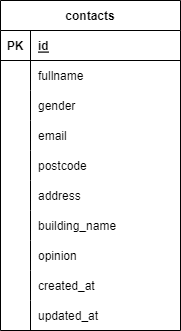
The draw.io diagram advance.drawio.png in hashi6013/laravel-test-form, before a commit. Source tidied: cells renumbered, new cells last; positions are measured from the earlier drawing's top-left corner, leaving out a move shared by most shapes. The source it was exported from:
```xml
<mxGraphModel>
  <root>
    <mxCell id="0" />
    <mxCell id="1" parent="0" />
    <mxCell id="2" value="contacts" style="shape=table;startSize=30;rowLines=0;fontStyle=1;align=center;" parent="1" vertex="1">
      <mxGeometry width="180" height="330" as="geometry" />
    </mxCell>
    <mxCell id="3" style="shape=tableRow;horizontal=0;startSize=0;swimlaneHead=0;swimlaneBody=0;fillColor=none;top=0;left=0;right=0;bottom=1;" parent="2" vertex="1">
      <mxGeometry y="30" width="180" height="30" as="geometry" />
    </mxCell>
    <mxCell id="4" value="PK" style="shape=partialRectangle;fillColor=none;top=0;left=0;bottom=0;right=0;fontStyle=1;overflow=hidden;" parent="3" vertex="1">
      <mxGeometry width="30" height="30" as="geometry" />
    </mxCell>
    <mxCell id="5" value="id" style="shape=partialRectangle;fillColor=none;top=0;left=0;bottom=0;right=0;align=left;spacingLeft=6;fontStyle=5;overflow=hidden;" parent="3" vertex="1">
      <mxGeometry x="30" width="150" height="30" as="geometry" />
    </mxCell>
    <mxCell id="6" style="shape=tableRow;horizontal=0;startSize=0;swimlaneHead=0;swimlaneBody=0;fillColor=none;top=0;left=0;right=0;bottom=0;" parent="2" vertex="1">
      <mxGeometry y="60" width="180" height="30" as="geometry" />
    </mxCell>
    <mxCell id="7" style="shape=partialRectangle;fillColor=none;top=0;left=0;bottom=0;right=0;overflow=hidden;" parent="6" vertex="1">
      <mxGeometry width="30" height="30" as="geometry" />
    </mxCell>
    <mxCell id="8" value="fullname" style="shape=partialRectangle;fillColor=none;top=0;left=0;bottom=0;right=0;align=left;spacingLeft=6;overflow=hidden;" parent="6" vertex="1">
      <mxGeometry x="30" width="150" height="30" as="geometry" />
    </mxCell>
    <mxCell id="9" style="shape=tableRow;horizontal=0;startSize=0;swimlaneHead=0;swimlaneBody=0;fillColor=none;top=0;left=0;right=0;bottom=0;" parent="2" vertex="1">
      <mxGeometry y="90" width="180" height="30" as="geometry" />
    </mxCell>
    <mxCell id="10" style="shape=partialRectangle;fillColor=none;top=0;left=0;bottom=0;right=0;overflow=hidden;" parent="9" vertex="1">
      <mxGeometry width="30" height="30" as="geometry" />
    </mxCell>
    <mxCell id="11" value="gender" style="shape=partialRectangle;fillColor=none;top=0;left=0;bottom=0;right=0;align=left;spacingLeft=6;overflow=hidden;" parent="9" vertex="1">
      <mxGeometry x="30" width="150" height="30" as="geometry" />
    </mxCell>
    <mxCell id="12" style="shape=tableRow;horizontal=0;startSize=0;swimlaneHead=0;swimlaneBody=0;fillColor=none;top=0;left=0;right=0;bottom=0;" parent="2" vertex="1">
      <mxGeometry y="120" width="180" height="30" as="geometry" />
    </mxCell>
    <mxCell id="13" style="shape=partialRectangle;fillColor=none;top=0;left=0;bottom=0;right=0;overflow=hidden;" parent="12" vertex="1">
      <mxGeometry width="30" height="30" as="geometry" />
    </mxCell>
    <mxCell id="14" value="email" style="shape=partialRectangle;fillColor=none;top=0;left=0;bottom=0;right=0;align=left;spacingLeft=6;overflow=hidden;" parent="12" vertex="1">
      <mxGeometry x="30" width="150" height="30" as="geometry" />
    </mxCell>
    <mxCell id="15" style="shape=tableRow;horizontal=0;startSize=0;swimlaneHead=0;swimlaneBody=0;fillColor=none;top=0;left=0;right=0;bottom=0;" parent="2" vertex="1">
      <mxGeometry y="150" width="180" height="30" as="geometry" />
    </mxCell>
    <mxCell id="16" style="shape=partialRectangle;fillColor=none;top=0;left=0;bottom=0;right=0;overflow=hidden;" parent="15" vertex="1">
      <mxGeometry width="30" height="30" as="geometry" />
    </mxCell>
    <mxCell id="17" value="postcode" style="shape=partialRectangle;fillColor=none;top=0;left=0;bottom=0;right=0;align=left;spacingLeft=6;overflow=hidden;" parent="15" vertex="1">
      <mxGeometry x="30" width="150" height="30" as="geometry" />
    </mxCell>
    <mxCell id="18" style="shape=tableRow;horizontal=0;startSize=0;swimlaneHead=0;swimlaneBody=0;fillColor=none;top=0;left=0;right=0;bottom=0;" parent="2" vertex="1">
      <mxGeometry y="180" width="180" height="30" as="geometry" />
    </mxCell>
    <mxCell id="19" style="shape=partialRectangle;fillColor=none;top=0;left=0;bottom=0;right=0;overflow=hidden;" parent="18" vertex="1">
      <mxGeometry width="30" height="30" as="geometry" />
    </mxCell>
    <mxCell id="20" value="address" style="shape=partialRectangle;fillColor=none;top=0;left=0;bottom=0;right=0;align=left;spacingLeft=6;overflow=hidden;" parent="18" vertex="1">
      <mxGeometry x="30" width="150" height="30" as="geometry" />
    </mxCell>
    <mxCell id="21" style="shape=tableRow;horizontal=0;startSize=0;swimlaneHead=0;swimlaneBody=0;fillColor=none;top=0;left=0;right=0;bottom=0;" parent="2" vertex="1">
      <mxGeometry y="210" width="180" height="30" as="geometry" />
    </mxCell>
    <mxCell id="22" style="shape=partialRectangle;fillColor=none;top=0;left=0;bottom=0;right=0;overflow=hidden;" parent="21" vertex="1">
      <mxGeometry width="30" height="30" as="geometry" />
    </mxCell>
    <mxCell id="23" value="building_name" style="shape=partialRectangle;fillColor=none;top=0;left=0;bottom=0;right=0;align=left;spacingLeft=6;overflow=hidden;" parent="21" vertex="1">
      <mxGeometry x="30" width="150" height="30" as="geometry" />
    </mxCell>
    <mxCell id="24" style="shape=tableRow;horizontal=0;startSize=0;swimlaneHead=0;swimlaneBody=0;fillColor=none;top=0;left=0;right=0;bottom=0;" parent="2" vertex="1">
      <mxGeometry y="240" width="180" height="30" as="geometry" />
    </mxCell>
    <mxCell id="25" style="shape=partialRectangle;fillColor=none;top=0;left=0;bottom=0;right=0;overflow=hidden;" parent="24" vertex="1">
      <mxGeometry width="30" height="30" as="geometry" />
    </mxCell>
    <mxCell id="26" value="opinion" style="shape=partialRectangle;fillColor=none;top=0;left=0;bottom=0;right=0;align=left;spacingLeft=6;overflow=hidden;" parent="24" vertex="1">
      <mxGeometry x="30" width="150" height="30" as="geometry" />
    </mxCell>
    <mxCell id="27" style="shape=tableRow;horizontal=0;startSize=0;swimlaneHead=0;swimlaneBody=0;fillColor=none;top=0;left=0;right=0;bottom=0;" parent="2" vertex="1">
      <mxGeometry y="270" width="180" height="30" as="geometry" />
    </mxCell>
    <mxCell id="28" style="shape=partialRectangle;fillColor=none;top=0;left=0;bottom=0;right=0;overflow=hidden;" parent="27" vertex="1">
      <mxGeometry width="30" height="30" as="geometry" />
    </mxCell>
    <mxCell id="29" value="created_at" style="shape=partialRectangle;fillColor=none;top=0;left=0;bottom=0;right=0;align=left;spacingLeft=6;overflow=hidden;" parent="27" vertex="1">
      <mxGeometry x="30" width="150" height="30" as="geometry" />
    </mxCell>
    <mxCell id="30" style="shape=tableRow;horizontal=0;startSize=0;swimlaneHead=0;swimlaneBody=0;fillColor=none;top=0;left=0;right=0;bottom=0;" parent="2" vertex="1">
      <mxGeometry y="300" width="180" height="30" as="geometry" />
    </mxCell>
    <mxCell id="31" style="shape=partialRectangle;fillColor=none;top=0;left=0;bottom=0;right=0;overflow=hidden;" parent="30" vertex="1">
      <mxGeometry width="30" height="30" as="geometry" />
    </mxCell>
    <mxCell id="32" value="updated_at" style="shape=partialRectangle;fillColor=none;top=0;left=0;bottom=0;right=0;align=left;spacingLeft=6;overflow=hidden;" parent="30" vertex="1">
      <mxGeometry x="30" width="150" height="30" as="geometry" />
    </mxCell>
  </root>
</mxGraphModel>
```
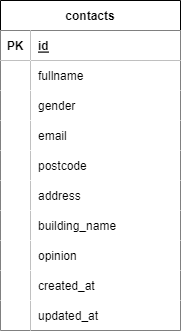
After the change.

What changed in the source:
```diff
@@ -2,97 +2,97 @@
   <root>
     <mxCell id="0" />
     <mxCell id="1" parent="0" />
-    <mxCell id="2" value="contacts" style="shape=table;startSize=30;rowLines=0;fontStyle=1;align=center;" parent="1" vertex="1">
+    <mxCell id="2" value="contacts" style="shape=table;startSize=30;rowLines=0;fontStyle=1;align=center;fillColor=#FFFFFF;" parent="1" vertex="1">
       <mxGeometry width="180" height="330" as="geometry" />
     </mxCell>
     <mxCell id="3" style="shape=tableRow;horizontal=0;startSize=0;swimlaneHead=0;swimlaneBody=0;fillColor=none;top=0;left=0;right=0;bottom=1;" parent="2" vertex="1">
       <mxGeometry y="30" width="180" height="30" as="geometry" />
     </mxCell>
-    <mxCell id="4" value="PK" style="shape=partialRectangle;fillColor=none;top=0;left=0;bottom=0;right=0;fontStyle=1;overflow=hidden;" parent="3" vertex="1">
+    <mxCell id="4" value="PK" style="shape=partialRectangle;fillColor=#FFFFFF;top=0;left=0;bottom=0;right=0;fontStyle=1;overflow=hidden;" parent="3" vertex="1">
       <mxGeometry width="30" height="30" as="geometry" />
     </mxCell>
-    <mxCell id="5" value="id" style="shape=partialRectangle;fillColor=none;top=0;left=0;bottom=0;right=0;align=left;spacingLeft=6;fontStyle=5;overflow=hidden;" parent="3" vertex="1">
+    <mxCell id="5" value="id" style="shape=partialRectangle;fillColor=#FFFFFF;top=0;left=0;bottom=0;right=0;align=left;spacingLeft=6;fontStyle=5;overflow=hidden;" parent="3" vertex="1">
       <mxGeometry x="30" width="150" height="30" as="geometry" />
     </mxCell>
     <mxCell id="6" style="shape=tableRow;horizontal=0;startSize=0;swimlaneHead=0;swimlaneBody=0;fillColor=none;top=0;left=0;right=0;bottom=0;" parent="2" vertex="1">
       <mxGeometry y="60" width="180" height="30" as="geometry" />
     </mxCell>
-    <mxCell id="7" style="shape=partialRectangle;fillColor=none;top=0;left=0;bottom=0;right=0;overflow=hidden;" parent="6" vertex="1">
+    <mxCell id="7" style="shape=partialRectangle;fillColor=#FFFFFF;top=0;left=0;bottom=0;right=0;overflow=hidden;strokeColor=#000000;" parent="6" vertex="1">
       <mxGeometry width="30" height="30" as="geometry" />
     </mxCell>
-    <mxCell id="8" value="fullname" style="shape=partialRectangle;fillColor=none;top=0;left=0;bottom=0;right=0;align=left;spacingLeft=6;overflow=hidden;" parent="6" vertex="1">
+    <mxCell id="8" value="fullname" style="shape=partialRectangle;fillColor=#FFFFFF;top=0;left=0;bottom=0;right=0;align=left;spacingLeft=6;overflow=hidden;" parent="6" vertex="1">
       <mxGeometry x="30" width="150" height="30" as="geometry" />
     </mxCell>
     <mxCell id="9" style="shape=tableRow;horizontal=0;startSize=0;swimlaneHead=0;swimlaneBody=0;fillColor=none;top=0;left=0;right=0;bottom=0;" parent="2" vertex="1">
       <mxGeometry y="90" width="180" height="30" as="geometry" />
     </mxCell>
-    <mxCell id="10" style="shape=partialRectangle;fillColor=none;top=0;left=0;bottom=0;right=0;overflow=hidden;" parent="9" vertex="1">
+    <mxCell id="10" style="shape=partialRectangle;fillColor=#FFFFFF;top=0;left=0;bottom=0;right=0;overflow=hidden;" parent="9" vertex="1">
       <mxGeometry width="30" height="30" as="geometry" />
     </mxCell>
-    <mxCell id="11" value="gender" style="shape=partialRectangle;fillColor=none;top=0;left=0;bottom=0;right=0;align=left;spacingLeft=6;overflow=hidden;" parent="9" vertex="1">
+    <mxCell id="11" value="gender" style="shape=partialRectangle;fillColor=#FFFFFF;top=0;left=0;bottom=0;right=0;align=left;spacingLeft=6;overflow=hidden;" parent="9" vertex="1">
       <mxGeometry x="30" width="150" height="30" as="geometry" />
     </mxCell>
     <mxCell id="12" style="shape=tableRow;horizontal=0;startSize=0;swimlaneHead=0;swimlaneBody=0;fillColor=none;top=0;left=0;right=0;bottom=0;" parent="2" vertex="1">
       <mxGeometry y="120" width="180" height="30" as="geometry" />
     </mxCell>
-    <mxCell id="13" style="shape=partialRectangle;fillColor=none;top=0;left=0;bottom=0;right=0;overflow=hidden;" parent="12" vertex="1">
+    <mxCell id="13" style="shape=partialRectangle;fillColor=#FFFFFF;top=0;left=0;bottom=0;right=0;overflow=hidden;" parent="12" vertex="1">
       <mxGeometry width="30" height="30" as="geometry" />
     </mxCell>
-    <mxCell id="14" value="email" style="shape=partialRectangle;fillColor=none;top=0;left=0;bottom=0;right=0;align=left;spacingLeft=6;overflow=hidden;" parent="12" vertex="1">
+    <mxCell id="14" value="email" style="shape=partialRectangle;fillColor=#FFFFFF;top=0;left=0;bottom=0;right=0;align=left;spacingLeft=6;overflow=hidden;" parent="12" vertex="1">
       <mxGeometry x="30" width="150" height="30" as="geometry" />
     </mxCell>
     <mxCell id="15" style="shape=tableRow;horizontal=0;startSize=0;swimlaneHead=0;swimlaneBody=0;fillColor=none;top=0;left=0;right=0;bottom=0;" parent="2" vertex="1">
       <mxGeometry y="150" width="180" height="30" as="geometry" />
     </mxCell>
-    <mxCell id="16" style="shape=partialRectangle;fillColor=none;top=0;left=0;bottom=0;right=0;overflow=hidden;" parent="15" vertex="1">
+    <mxCell id="16" style="shape=partialRectangle;fillColor=#FFFFFF;top=0;left=0;bottom=0;right=0;overflow=hidden;" parent="15" vertex="1">
       <mxGeometry width="30" height="30" as="geometry" />
     </mxCell>
-    <mxCell id="17" value="postcode" style="shape=partialRectangle;fillColor=none;top=0;left=0;bottom=0;right=0;align=left;spacingLeft=6;overflow=hidden;" parent="15" vertex="1">
+    <mxCell id="17" value="postcode" style="shape=partialRectangle;fillColor=#FFFFFF;top=0;left=0;bottom=0;right=0;align=left;spacingLeft=6;overflow=hidden;" parent="15" vertex="1">
       <mxGeometry x="30" width="150" height="30" as="geometry" />
     </mxCell>
     <mxCell id="18" style="shape=tableRow;horizontal=0;startSize=0;swimlaneHead=0;swimlaneBody=0;fillColor=none;top=0;left=0;right=0;bottom=0;" parent="2" vertex="1">
       <mxGeometry y="180" width="180" height="30" as="geometry" />
     </mxCell>
-    <mxCell id="19" style="shape=partialRectangle;fillColor=none;top=0;left=0;bottom=0;right=0;overflow=hidden;" parent="18" vertex="1">
+    <mxCell id="19" style="shape=partialRectangle;fillColor=#FFFFFF;top=0;left=0;bottom=0;right=0;overflow=hidden;" parent="18" vertex="1">
       <mxGeometry width="30" height="30" as="geometry" />
     </mxCell>
-    <mxCell id="20" value="address" style="shape=partialRectangle;fillColor=none;top=0;left=0;bottom=0;right=0;align=left;spacingLeft=6;overflow=hidden;" parent="18" vertex="1">
+    <mxCell id="20" value="address" style="shape=partialRectangle;fillColor=#FFFFFF;top=0;left=0;bottom=0;right=0;align=left;spacingLeft=6;overflow=hidden;" parent="18" vertex="1">
       <mxGeometry x="30" width="150" height="30" as="geometry" />
     </mxCell>
     <mxCell id="21" style="shape=tableRow;horizontal=0;startSize=0;swimlaneHead=0;swimlaneBody=0;fillColor=none;top=0;left=0;right=0;bottom=0;" parent="2" vertex="1">
       <mxGeometry y="210" width="180" height="30" as="geometry" />
     </mxCell>
-    <mxCell id="22" style="shape=partialRectangle;fillColor=none;top=0;left=0;bottom=0;right=0;overflow=hidden;" parent="21" vertex="1">
+    <mxCell id="22" style="shape=partialRectangle;fillColor=#FFFFFF;top=0;left=0;bottom=0;right=0;overflow=hidden;" parent="21" vertex="1">
       <mxGeometry width="30" height="30" as="geometry" />
     </mxCell>
-    <mxCell id="23" value="building_name" style="shape=partialRectangle;fillColor=none;top=0;left=0;bottom=0;right=0;align=left;spacingLeft=6;overflow=hidden;" parent="21" vertex="1">
+    <mxCell id="23" value="building_name" style="shape=partialRectangle;fillColor=#FFFFFF;top=0;left=0;bottom=0;right=0;align=left;spacingLeft=6;overflow=hidden;" parent="21" vertex="1">
       <mxGeometry x="30" width="150" height="30" as="geometry" />
     </mxCell>
     <mxCell id="24" style="shape=tableRow;horizontal=0;startSize=0;swimlaneHead=0;swimlaneBody=0;fillColor=none;top=0;left=0;right=0;bottom=0;" parent="2" vertex="1">
       <mxGeometry y="240" width="180" height="30" as="geometry" />
     </mxCell>
-    <mxCell id="25" style="shape=partialRectangle;fillColor=none;top=0;left=0;bottom=0;right=0;overflow=hidden;" parent="24" vertex="1">
+    <mxCell id="25" style="shape=partialRectangle;fillColor=#FFFFFF;top=0;left=0;bottom=0;right=0;overflow=hidden;" parent="24" vertex="1">
       <mxGeometry width="30" height="30" as="geometry" />
     </mxCell>
-    <mxCell id="26" value="opinion" style="shape=partialRectangle;fillColor=none;top=0;left=0;bottom=0;right=0;align=left;spacingLeft=6;overflow=hidden;" parent="24" vertex="1">
+    <mxCell id="26" value="opinion" style="shape=partialRectangle;fillColor=#FFFFFF;top=0;left=0;bottom=0;right=0;align=left;spacingLeft=6;overflow=hidden;" parent="24" vertex="1">
       <mxGeometry x="30" width="150" height="30" as="geometry" />
     </mxCell>
     <mxCell id="27" style="shape=tableRow;horizontal=0;startSize=0;swimlaneHead=0;swimlaneBody=0;fillColor=none;top=0;left=0;right=0;bottom=0;" parent="2" vertex="1">
       <mxGeometry y="270" width="180" height="30" as="geometry" />
     </mxCell>
-    <mxCell id="28" style="shape=partialRectangle;fillColor=none;top=0;left=0;bottom=0;right=0;overflow=hidden;" parent="27" vertex="1">
+    <mxCell id="28" style="shape=partialRectangle;fillColor=#FFFFFF;top=0;left=0;bottom=0;right=0;overflow=hidden;" parent="27" vertex="1">
       <mxGeometry width="30" height="30" as="geometry" />
     </mxCell>
-    <mxCell id="29" value="created_at" style="shape=partialRectangle;fillColor=none;top=0;left=0;bottom=0;right=0;align=left;spacingLeft=6;overflow=hidden;" parent="27" vertex="1">
+    <mxCell id="29" value="created_at" style="shape=partialRectangle;fillColor=#FFFFFF;top=0;left=0;bottom=0;right=0;align=left;spacingLeft=6;overflow=hidden;" parent="27" vertex="1">
       <mxGeometry x="30" width="150" height="30" as="geometry" />
     </mxCell>
     <mxCell id="30" style="shape=tableRow;horizontal=0;startSize=0;swimlaneHead=0;swimlaneBody=0;fillColor=none;top=0;left=0;right=0;bottom=0;" parent="2" vertex="1">
       <mxGeometry y="300" width="180" height="30" as="geometry" />
     </mxCell>
-    <mxCell id="31" style="shape=partialRectangle;fillColor=none;top=0;left=0;bottom=0;right=0;overflow=hidden;" parent="30" vertex="1">
+    <mxCell id="31" style="shape=partialRectangle;fillColor=#FFFFFF;top=0;left=0;bottom=0;right=0;overflow=hidden;" parent="30" vertex="1">
       <mxGeometry width="30" height="30" as="geometry" />
     </mxCell>
-    <mxCell id="32" value="updated_at" style="shape=partialRectangle;fillColor=none;top=0;left=0;bottom=0;right=0;align=left;spacingLeft=6;overflow=hidden;" parent="30" vertex="1">
+    <mxCell id="32" value="updated_at" style="shape=partialRectangle;fillColor=#FFFFFF;top=0;left=0;bottom=0;right=0;align=left;spacingLeft=6;overflow=hidden;" parent="30" vertex="1">
       <mxGeometry x="30" width="150" height="30" as="geometry" />
     </mxCell>
   </root>
```
